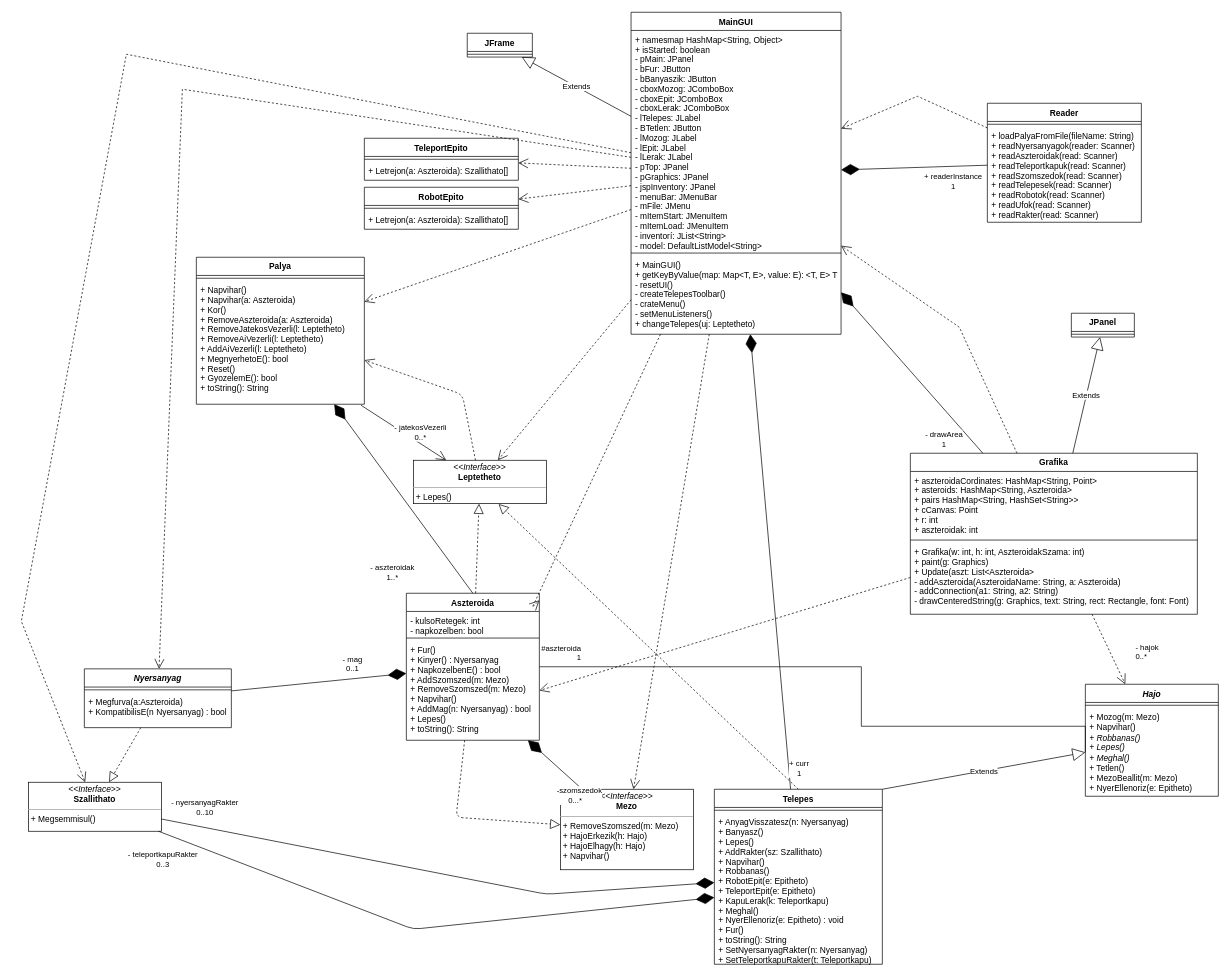
torpeBoiGo/aszteroidabanyaszat keeps this draw.io diagram as doc/grafikus_osztalydiagram.drawio. Above is the earlier version. Source tidied: cells renumbered, new cells numbered last; positions are measured from the earlier drawing's top-left corner, leaving out a move shared by most shapes. Both pictures are drawn from the tidied source at 70%, with x=0, y=0 at pixel (21, 12).
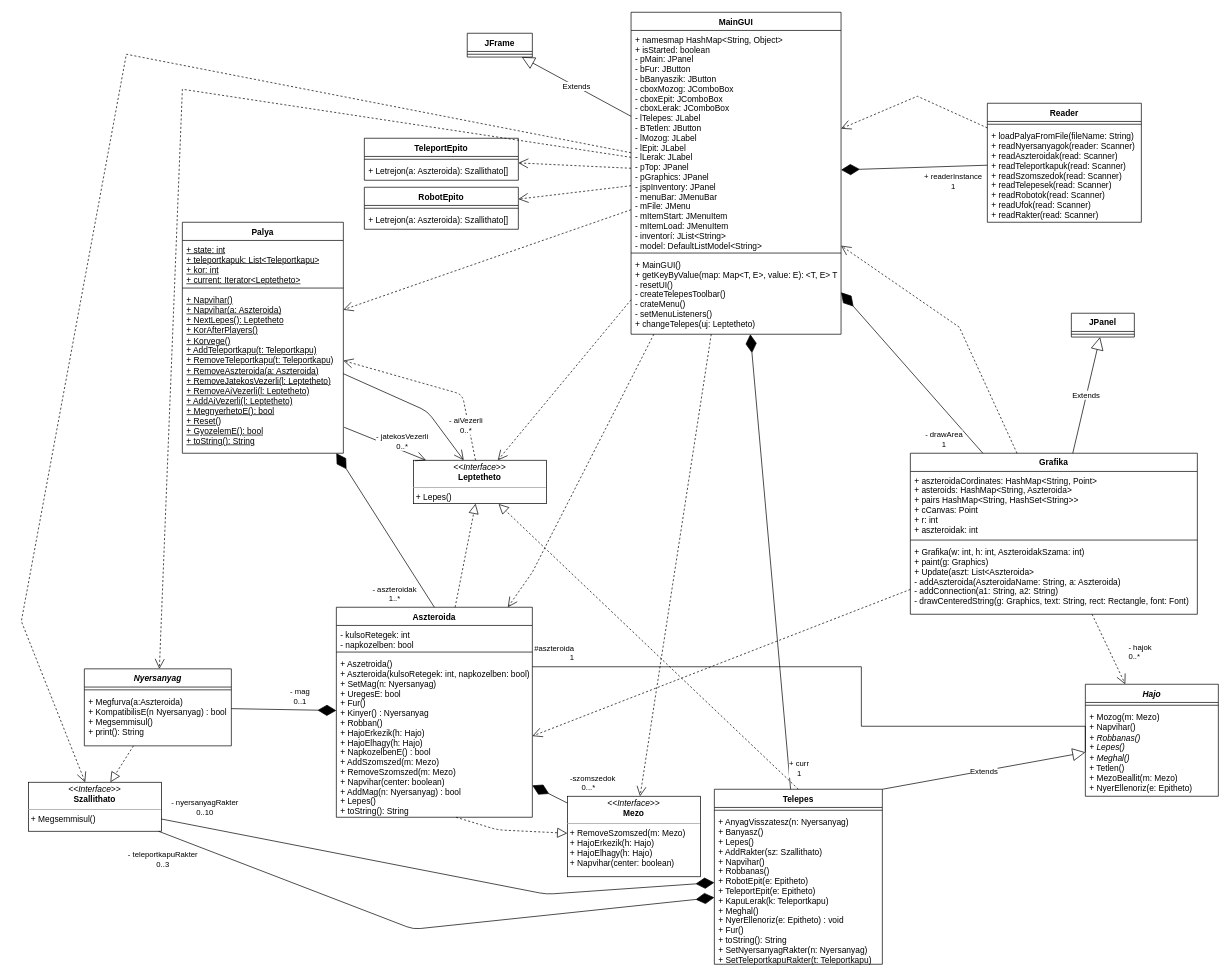
After the change.

Commit message:
kész talán

Unchanged cells that the change refers to:
```xml
<mxCell id="2" value="MainGUI" style="swimlane;fontStyle=1;align=center;verticalAlign=top;horizontal=1;startSize=26;" parent="1" vertex="1">
  <mxGeometry x="871" width="300" height="460" as="geometry" />
</mxCell>
<mxCell id="28" value="&lt;p style=&quot;margin: 0px ; margin-top: 4px ; text-align: center&quot;&gt;&lt;i&gt;&amp;lt;&amp;lt;Interface&amp;gt;&amp;gt;&lt;/i&gt;&lt;br&gt;&lt;b&gt;Leptetheto&lt;/b&gt;&lt;/p&gt;&lt;hr size=&quot;1&quot;&gt;&lt;p style=&quot;margin: 0px ; margin-left: 4px&quot;&gt;+ Lepes()&lt;/p&gt;" style="verticalAlign=top;align=left;overflow=fill;fontSize=12;fontFamily=Helvetica;html=1;" parent="1" vertex="1">
  <mxGeometry x="560" y="640" width="190" height="62" as="geometry" />
</mxCell>
<mxCell id="49" style="endArrow=diamondThin;endFill=1;endSize=24;html=1;" parent="1" edge="1" source="42" target="32">
  <mxGeometry relative="1" as="geometry" />
</mxCell>
<mxCell id="53" style="endArrow=diamondThin;endFill=1;endSize=24;html=1;exitX=0.5;exitY=0;exitDx=0;exitDy=0;" parent="1" edge="1" source="29" target="25">
  <mxGeometry relative="1" as="geometry" />
</mxCell>
<mxCell id="55" style="endArrow=none;html=1;edgeStyle=orthogonalEdgeStyle;entryX=0;entryY=0.5;entryDx=0;entryDy=0;rounded=0;" parent="1" edge="1" source="29" target="38">
  <mxGeometry relative="1" as="geometry">
    <Array as="points">
      <mxPoint x="1200" y="935" />
      <mxPoint x="1200" y="1020" />
      <mxPoint x="1520" y="1020" />
    </Array>
  </mxGeometry>
</mxCell>
```

The edit, as a diff of the source:
```diff
@@
-    <mxCell id="25" value="Palya" style="swimlane;fontStyle=1;align=center;verticalAlign=top;horizontal=1;startSize=26;" parent="1" vertex="1">
-      <mxGeometry x="250" y="350" width="240" height="210" as="geometry" />
-    </mxCell>
-    <mxCell id="26" style="line;strokeWidth=1;fillColor=none;align=left;verticalAlign=middle;spacingTop=-1;spacingLeft=3;spacingRight=3;labelPosition=right;" parent="25" vertex="1">
-      <mxGeometry y="26" width="240" height="8" as="geometry" />
-    </mxCell>
-    <mxCell id="27" value="+ Napvihar()&#10;+ Napvihar(a: Aszteroida)&#10;+ Kor()&#10;+ RemoveAszteroida(a: Aszteroida)&#10;+ RemoveJatekosVezerli(l: Leptetheto)&#10;+ RemoveAiVezerli(l: Leptetheto)&#10;+ AddAiVezerli(l: Leptetheto)&#10;+ MegnyerhetoE(): bool&#10;+ Reset()&#10;+ GyozelemE(): bool&#10;+ toString(): String&#10;" style="text;strokeColor=none;fillColor=none;align=left;verticalAlign=top;spacingLeft=4;spacingRight=4;overflow=hidden;points=[[0,0.5],[1,0.5]];portConstraint=eastwest;" parent="25" vertex="1">
-      <mxGeometry y="34" width="240" height="176" as="geometry" />
-    </mxCell>
@@
     <mxCell id="29" value="Aszteroida" style="swimlane;fontStyle=1;align=center;verticalAlign=top;horizontal=1;startSize=26;" parent="1" vertex="1">
-      <mxGeometry x="550" y="830" width="190" height="210" as="geometry" />
+      <mxGeometry x="450" y="850" width="280" height="300" as="geometry" />
     </mxCell>
     <mxCell id="30" value="- kulsoRetegek: int&#10;- napkozelben: bool" style="text;strokeColor=none;fillColor=none;align=left;verticalAlign=top;spacingLeft=4;spacingRight=4;overflow=hidden;" parent="29" vertex="1">
-      <mxGeometry y="26" width="190" height="34" as="geometry" />
+      <mxGeometry y="26" width="280" height="34" as="geometry" />
     </mxCell>
     <mxCell id="31" style="line;strokeWidth=1;fillColor=none;align=left;verticalAlign=middle;spacingTop=-1;spacingLeft=3;spacingRight=3;labelPosition=right;" parent="29" vertex="1">
-      <mxGeometry y="60" width="190" height="8" as="geometry" />
+      <mxGeometry y="60" width="280" height="8" as="geometry" />
     </mxCell>
-    <mxCell id="32" value="+ Fur()&#10;+ Kinyer() : Nyersanyag&#10;+ NapkozelbenE() : bool&#10;+ AddSzomszed(m: Mezo)&#10;+ RemoveSzomszed(m: Mezo)&#10;+ Napvihar()&#10;+ AddMag(n: Nyersanyag) : bool&#10;+ Lepes()&#10;+ toString(): String" style="text;strokeColor=none;fillColor=none;align=left;verticalAlign=top;spacingLeft=4;spacingRight=4;overflow=hidden;points=[[0,0.5],[1,0.5]];portConstraint=eastwest;" parent="29" vertex="1">
-      <mxGeometry y="68" width="190" height="142" as="geometry" />
+    <mxCell id="32" value="+ Aszetroida()&#10;+ Aszteroida(kulsoRetegek: int, napkozelben: bool)&#10;+ SetMag(n: Nyersanyag)&#10;+ UregesE: bool&#10;+ Fur()&#10;+ Kinyer() : Nyersanyag&#10;+ Robban()&#10;+ HajoErkezik(h: Hajo)&#10;+ HajoElhagy(h: Hajo)&#10;+ NapkozelbenE() : bool&#10;+ AddSzomszed(m: Mezo)&#10;+ RemoveSzomszed(m: Mezo)&#10;+ Napvihar(center: boolean)&#10;+ AddMag(n: Nyersanyag) : bool&#10;+ Lepes()&#10;+ toString(): String" style="text;strokeColor=none;fillColor=none;align=left;verticalAlign=top;spacingLeft=4;spacingRight=4;overflow=hidden;points=[[0,0.5],[1,0.5]];portConstraint=eastwest;" parent="29" vertex="1">
+      <mxGeometry y="68" width="280" height="232" as="geometry" />
     </mxCell>
@@
     <mxCell id="39" value="Nyersanyag" style="swimlane;fontStyle=3;align=center;verticalAlign=top;horizontal=1;startSize=26;" parent="1" vertex="1">
-      <mxGeometry x="90" y="938" width="210" height="84" as="geometry" />
+      <mxGeometry x="90" y="938" width="210" height="110" as="geometry" />
     </mxCell>
@@
-    <mxCell id="41" value="+ Megfurva(a:Aszteroida)&lt;br&gt;+ KompatibilisE(n Nyersanyag) : bool" style="text;strokeColor=none;fillColor=none;align=left;verticalAlign=top;spacingLeft=4;spacingRight=4;overflow=hidden;html=1;" parent="39" vertex="1">
-      <mxGeometry y="34" width="210" height="50" as="geometry" />
+    <mxCell id="41" value="+ Megfurva(a:Aszteroida)&lt;br&gt;+ KompatibilisE(n Nyersanyag) : bool&lt;br&gt;+ Megsemmisul()&lt;br&gt;+ print(): String" style="text;strokeColor=none;fillColor=none;align=left;verticalAlign=top;spacingLeft=4;spacingRight=4;overflow=hidden;html=1;" parent="39" vertex="1">
+      <mxGeometry y="34" width="210" height="76" as="geometry" />
     </mxCell>
-    <mxCell id="42" value="&lt;p style=&quot;margin: 0px ; margin-top: 4px ; text-align: center&quot;&gt;&lt;i&gt;&amp;lt;&amp;lt;Interface&amp;gt;&amp;gt;&lt;/i&gt;&lt;br&gt;&lt;b&gt;Mezo&lt;/b&gt;&lt;/p&gt;&lt;hr size=&quot;1&quot;&gt;&lt;p style=&quot;margin: 0px ; margin-left: 4px&quot;&gt;&lt;span&gt;+ RemoveSzomszed(m: Mezo)&lt;/span&gt;&lt;br&gt;&lt;/p&gt;&lt;p style=&quot;margin: 0px ; margin-left: 4px&quot;&gt;+ HajoErkezik(h: Hajo)&lt;/p&gt;&lt;p style=&quot;margin: 0px ; margin-left: 4px&quot;&gt;+ HajoElhagy(h: Hajo)&lt;/p&gt;&lt;p style=&quot;margin: 0px ; margin-left: 4px&quot;&gt;+ Napvihar()&lt;br&gt;&lt;/p&gt;" style="verticalAlign=top;align=left;overflow=fill;fontSize=12;fontFamily=Helvetica;html=1;" parent="1" vertex="1">
-      <mxGeometry x="770" y="1110" width="190" height="115" as="geometry" />
+    <mxCell id="42" value="&lt;p style=&quot;margin: 0px ; margin-top: 4px ; text-align: center&quot;&gt;&lt;i&gt;&amp;lt;&amp;lt;Interface&amp;gt;&amp;gt;&lt;/i&gt;&lt;br&gt;&lt;b&gt;Mezo&lt;/b&gt;&lt;/p&gt;&lt;hr size=&quot;1&quot;&gt;&lt;p style=&quot;margin: 0px ; margin-left: 4px&quot;&gt;&lt;span&gt;+ RemoveSzomszed(m: Mezo)&lt;/span&gt;&lt;br&gt;&lt;/p&gt;&lt;p style=&quot;margin: 0px ; margin-left: 4px&quot;&gt;+ HajoErkezik(h: Hajo)&lt;/p&gt;&lt;p style=&quot;margin: 0px ; margin-left: 4px&quot;&gt;+ HajoElhagy(h: Hajo)&lt;/p&gt;&lt;p style=&quot;margin: 0px ; margin-left: 4px&quot;&gt;+ Napvihar(center: boolean)&lt;br&gt;&lt;/p&gt;" style="verticalAlign=top;align=left;overflow=fill;fontSize=12;fontFamily=Helvetica;html=1;" parent="1" vertex="1">
+      <mxGeometry x="780" y="1120" width="190" height="115" as="geometry" />
     </mxCell>
@@
     <mxCell id="48" style="endArrow=block;dashed=1;endFill=0;endSize=12;html=1;" parent="1" edge="1" source="29" target="42">
       <mxGeometry relative="1" as="geometry">
         <Array as="points">
           <mxPoint x="621" y="1150" />
+          <mxPoint x="680" y="1168" />
         </Array>
       </mxGeometry>
     </mxCell>
@@
     <mxCell id="50" value="&amp;nbsp; &amp;nbsp; -szomszedok&lt;br&gt;0...*" style="edgeLabel;html=1;align=center;verticalAlign=middle;" parent="49" vertex="1">
       <mxGeometry x="0.43" y="3" relative="1" as="geometry">
-        <mxPoint x="47" y="57" as="offset" />
+        <mxPoint x="67" y="-14" as="offset" />
       </mxGeometry>
     </mxCell>
@@
     <mxCell id="54" value="- aszteroidak&lt;br&gt;1..*" style="edgeLabel;html=1;align=center;verticalAlign=middle;" parent="53" vertex="1">
       <mxGeometry x="0.45" y="1" relative="1" as="geometry">
-        <mxPoint x="29" y="165" as="offset" />
+        <mxPoint x="45" y="139" as="offset" />
       </mxGeometry>
     </mxCell>
@@
     <mxCell id="57" value="#aszteroida&lt;br&gt;1" style="edgeLabel;html=1;align=right;verticalAlign=bottom;" parent="55" vertex="1">
       <mxGeometry x="1" relative="1" as="geometry">
-        <mxPoint x="-720" y="-127" as="offset" />
+        <mxPoint x="-730" y="-127" as="offset" />
       </mxGeometry>
     </mxCell>
@@
-    <mxCell id="64" style="endArrow=open;endFill=1;endSize=12;html=1;exitX=0.98;exitY=1.008;exitDx=0;exitDy=0;exitPerimeter=0;" parent="1" edge="1" source="27" target="28">
+    <mxCell id="64" style="endArrow=open;endFill=1;endSize=12;html=1;exitX=1.005;exitY=0.84;exitDx=0;exitDy=0;exitPerimeter=0;" parent="1" edge="1" source="85" target="28">
       <mxGeometry relative="1" as="geometry" />
     </mxCell>
@@
     <mxCell id="77" style="endArrow=open;endSize=12;dashed=1;html=1;rounded=0;" parent="1" edge="1" source="2" target="29">
       <mxGeometry x="-0.13" y="-49" relative="1" as="geometry">
         <Array as="points">
-          <mxPoint x="730" y="850" />
+          <mxPoint x="730" y="800" />
         </Array>
       </mxGeometry>
     </mxCell>
@@
+    <mxCell id="25" value="Palya" style="swimlane;fontStyle=1;align=center;verticalAlign=top;horizontal=1;startSize=26;" parent="1" vertex="1">
+      <mxGeometry x="230" y="300" width="230" height="330" as="geometry" />
+    </mxCell>
+    <mxCell id="83" value="&lt;u&gt;+ state: int&lt;br&gt;+ teleportkapuk: List&amp;lt;Teleportkapu&amp;gt;&lt;br&gt;+ kor: int&lt;br&gt;+ current: Iterator&amp;lt;Leptetheto&amp;gt;&lt;br&gt;&lt;/u&gt;" style="text;strokeColor=none;fillColor=none;align=left;verticalAlign=top;spacingLeft=4;spacingRight=4;overflow=hidden;html=1;" parent="25" vertex="1">
+      <mxGeometry y="26" width="230" height="64" as="geometry" />
+    </mxCell>
+    <mxCell id="84" style="line;strokeWidth=1;fillColor=none;align=left;verticalAlign=middle;spacingTop=-1;spacingLeft=3;spacingRight=3;labelPosition=right;" parent="25" vertex="1">
+      <mxGeometry y="90" width="230" height="8" as="geometry" />
+    </mxCell>
+    <mxCell id="85" value="&lt;u&gt;+ Napvihar()&lt;br&gt;+ Napvihar(a: Aszteroida)&lt;br&gt;+ NextLepes(): Leptetheto&lt;br&gt;+ KorAfterPlayers()&lt;br&gt;+ Korvege()&lt;br&gt;+ AddTeleportkapu(t: Teleportkapu)&lt;br&gt;+ RemoveTeleportkapu(t: Teleportkapu)&lt;br&gt;+ RemoveAszteroida(a: Aszteroida)&lt;br&gt;+ RemoveJatekosVezerli(l: Leptetheto)&lt;br&gt;+ RemoveAiVezerli(l: Leptetheto)&lt;br&gt;+ AddAiVezerli(l: Leptetheto)&lt;br&gt;+ MegnyerhetoE(): bool&lt;br&gt;+ Reset()&lt;br&gt;+ GyozelemE(): bool&lt;br&gt;+ toString(): String&lt;/u&gt;" style="text;strokeColor=none;fillColor=none;align=left;verticalAlign=top;spacingLeft=4;spacingRight=4;overflow=hidden;points=[[0,0.5],[1,0.5]];portConstraint=eastwest;html=1;" parent="25" vertex="1">
+      <mxGeometry y="98" width="230" height="232" as="geometry" />
+    </mxCell>
+    <mxCell id="86" style="endArrow=open;endFill=1;endSize=12;html=1;" parent="1" edge="1" source="25" target="28">
+      <mxGeometry relative="1" as="geometry">
+        <Array as="points">
+          <mxPoint x="580" y="570" />
+        </Array>
+      </mxGeometry>
+    </mxCell>
+    <mxCell id="87" value="- aiVezerli&lt;br&gt;0..*" style="edgeLabel;html=1;align=center;verticalAlign=middle;" parent="86" vertex="1">
+      <mxGeometry x="0.2" y="1" relative="1" as="geometry">
+        <mxPoint x="54" y="20" as="offset" />
+      </mxGeometry>
+    </mxCell>
```
